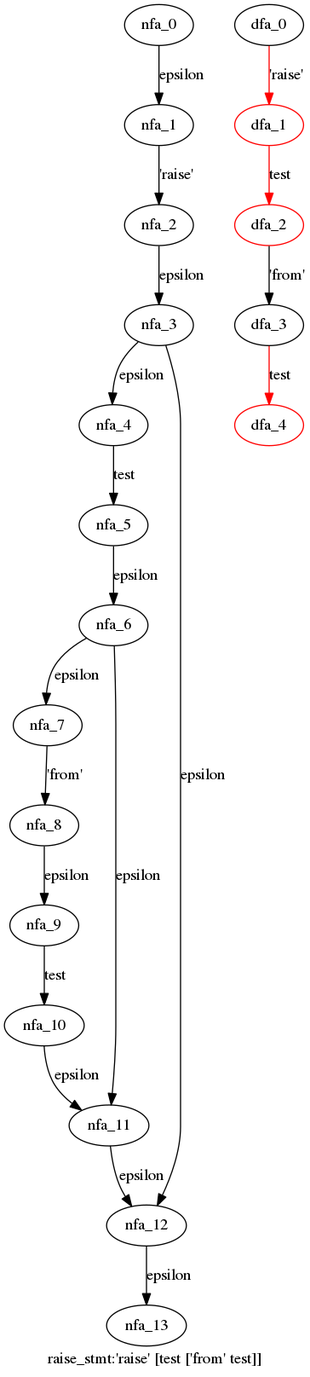
This is cpython/grammar/handwrite/nfa_dfas/27.raise_stmt.dot.png from WinChua/blog, a Graphviz export, as it was before one commit. Its source is kept beside it as cpython/grammar/handwrite/nfa_dfas/27.raise_stmt.dot. Source of this version:
```dot
digraph raise_stmt {
 graph[label="raise_stmt:'raise' [test ['from' test]]"]
 subgraph raise_stmt_nfa {
  nfa_0->nfa_1[label="epsilon"]
  nfa_1->nfa_2[label="'raise'"]
  nfa_2->nfa_3[label="epsilon"]
  nfa_3->nfa_4[label="epsilon"]
  nfa_4->nfa_5[label="test"]
  nfa_5->nfa_6[label="epsilon"]
  nfa_6->nfa_7[label="epsilon"]
  nfa_7->nfa_8[label="'from'"]
  nfa_8->nfa_9[label="epsilon"]
  nfa_9->nfa_10[label="test"]
  nfa_10->nfa_11[label="epsilon"]
  nfa_11->nfa_12[label="epsilon"]
  nfa_12->nfa_13[label="epsilon"]
  nfa_6->nfa_11[label="epsilon"]
  nfa_3->nfa_12[label="epsilon"]
  }
 subgraph raise_stmt_dfa {
  dfa_0->dfa_1[label="'raise'",color=red]
  dfa_1->dfa_2[label="test",color=red]
  dfa_2->dfa_3[label="'from'"]
  dfa_3->dfa_4[label="test",color=red]
  dfa_1[color=red]
  dfa_2[color=red]
  dfa_4[color=red]
  }
}
```
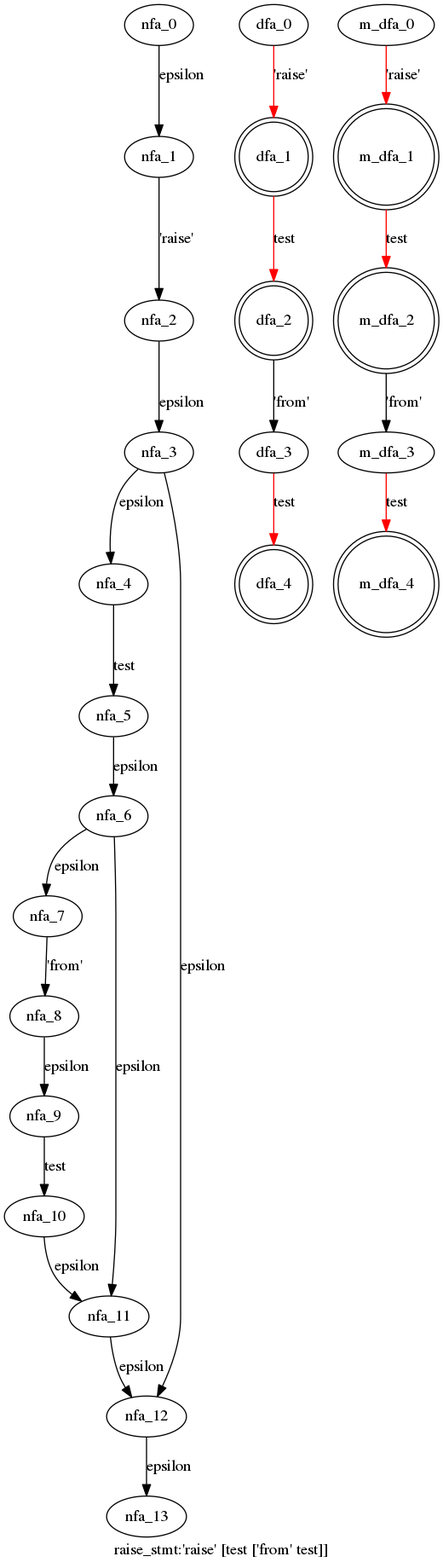
Above is the later version.

Change to the diagram source:
```diff
@@ -22,8 +22,17 @@
   dfa_1->dfa_2[label="test",color=red]
   dfa_2->dfa_3[label="'from'"]
   dfa_3->dfa_4[label="test",color=red]
-  dfa_1[color=red]
-  dfa_2[color=red]
-  dfa_4[color=red]
+  dfa_1[shape=doublecircle]
+  dfa_2[shape=doublecircle]
+  dfa_4[shape=doublecircle]
+  }
+ subgraph raise_stmt_m_dfa {
+  m_dfa_0->m_dfa_1[label="'raise'",color=red]
+  m_dfa_1->m_dfa_2[label="test",color=red]
+  m_dfa_2->m_dfa_3[label="'from'"]
+  m_dfa_3->m_dfa_4[label="test",color=red]
+  m_dfa_1[shape=doublecircle]
+  m_dfa_2[shape=doublecircle]
+  m_dfa_4[shape=doublecircle]
   }
 }
```
